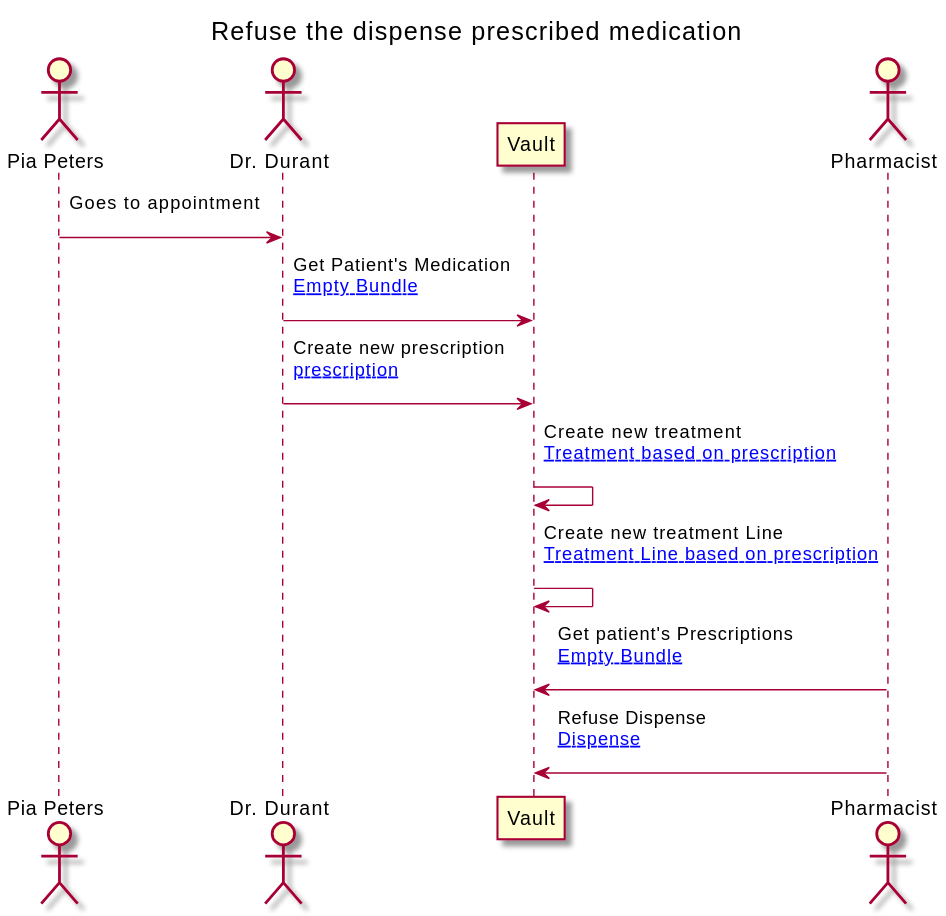
Before: branches/master/ExampleScenario-example-6-scenario.svg, a diagram exported from PlantUML (costateixeira/hl7-be-fhir-medication).
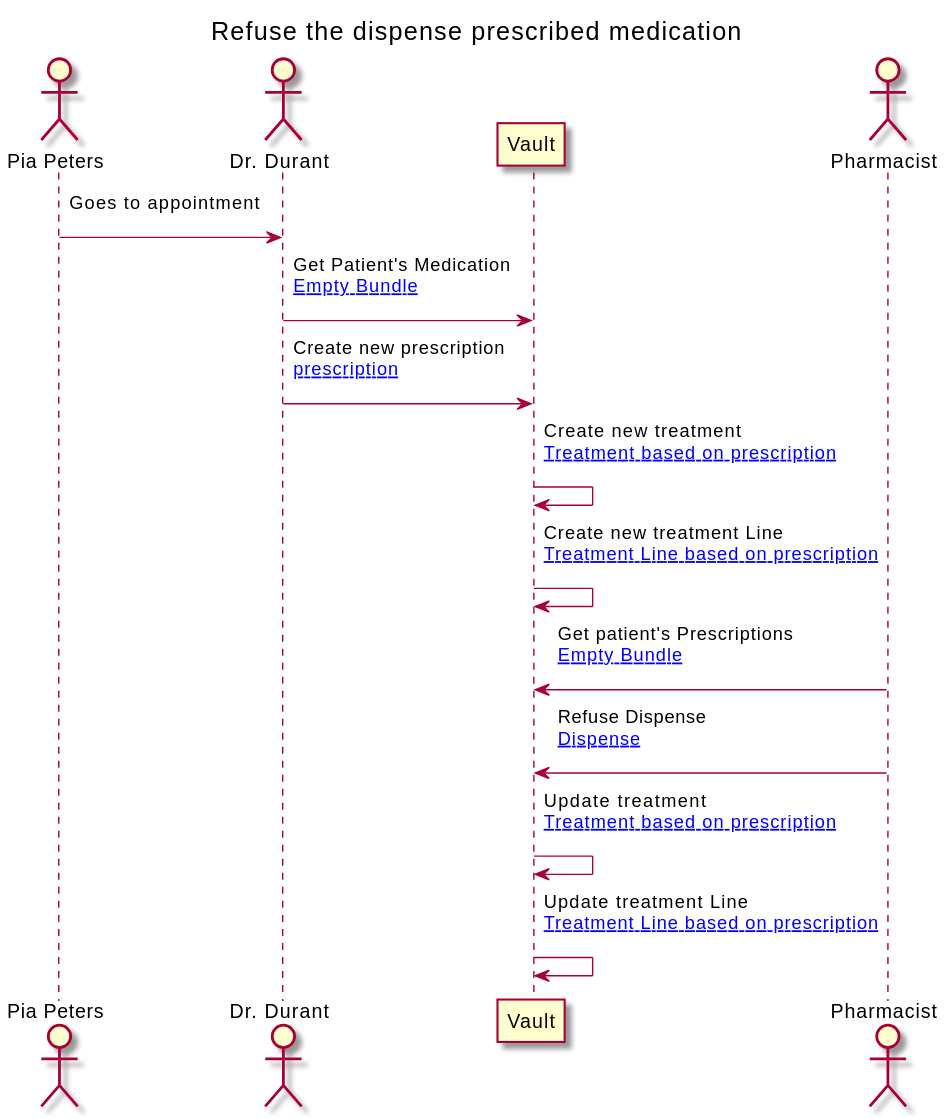
After the commit.

What changed in the source:
```diff
@@ -19,6 +19,8 @@
     VAULT-> VAULT : Create new treatment Line\n[[ExampleScenario-example-6-scenario-resources.html#New Treatment Line based on prescription]]\n
     PHARM-> VAULT : Get patient's Prescriptions\n[[ExampleScenario-example-6-scenario-resources.html#EB Empty Bundle]]\n
     PHARM-> VAULT : Refuse Dispense\n[[ExampleScenario-example-6-scenario-resources.html#Refused Dispense]]\n
+    VAULT-> VAULT : Update treatment\n[[ExampleScenario-example-6-scenario-resources.html#New Treatment based on prescription]]\n
+    VAULT-> VAULT : Update treatment Line\n[[ExampleScenario-example-6-scenario-resources.html#New Treatment Line based on prescription]]\n
 
 
 @enduml
```
